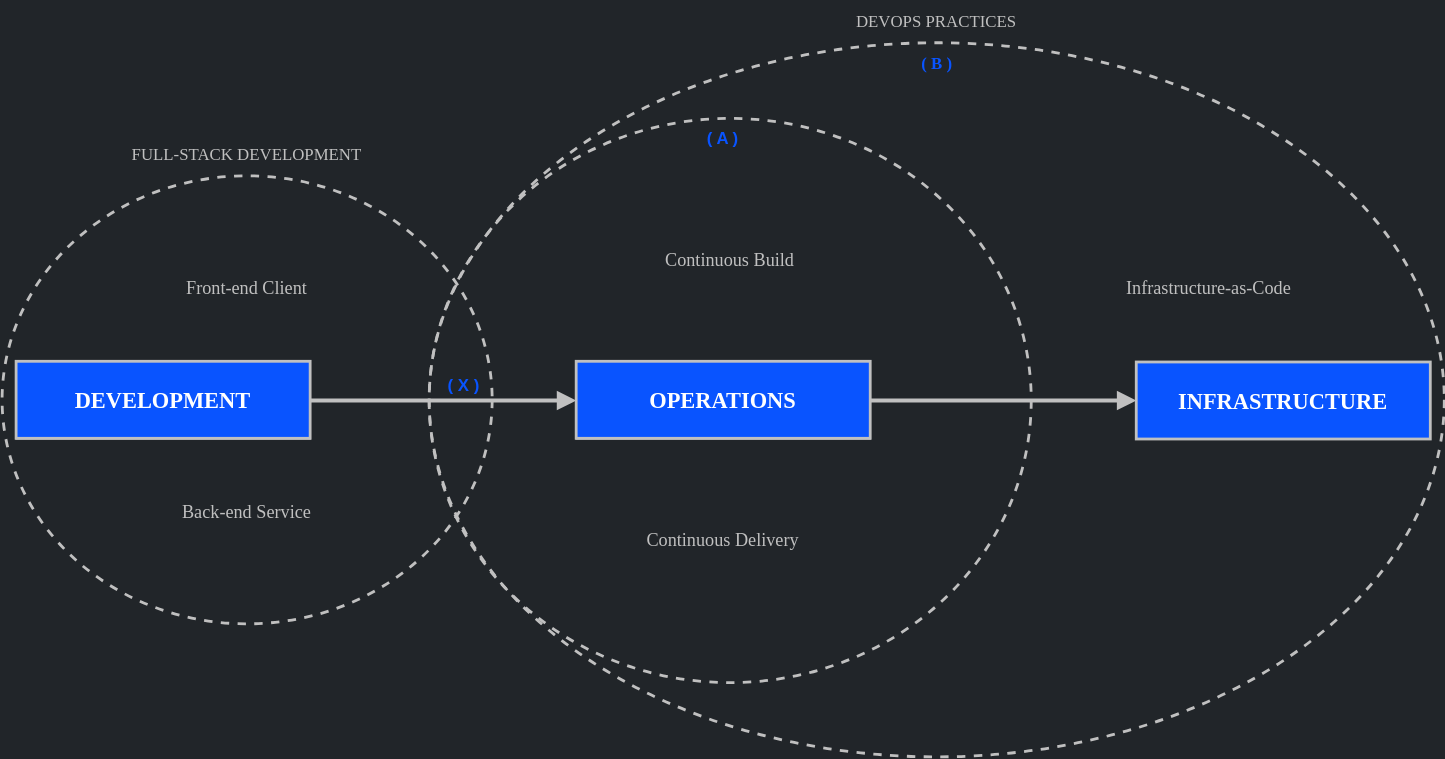
This is src/assets/svg/learning-overview.drawio.svg from fdtechdotnet/fdtechdotnet-static-website, a draw.io export, as it was before one commit. Source tidied: cells renumbered, new cells last; positions are measured from the earlier drawing's top-left corner, leaving out a move shared by most shapes. The source it was exported from:
```xml
<mxGraphModel background="#212529">
  <root>
    <mxCell id="0" />
    <mxCell id="1" parent="0" />
    <mxCell id="2" style="ellipse;whiteSpace=wrap;html=1;fillColor=none;dashed=1;fontColor=#c0c0c0;strokeColor=#C0C0C0;strokeWidth=2;" parent="1" vertex="1">
      <mxGeometry x="305" y="30" width="725" height="510" as="geometry" />
    </mxCell>
    <mxCell id="3" style="ellipse;whiteSpace=wrap;html=1;fillColor=none;dashed=1;fontColor=#c0c0c0;strokeColor=#C0C0C0;strokeWidth=2;" parent="1" vertex="1">
      <mxGeometry x="305" y="84" width="430" height="403" as="geometry" />
    </mxCell>
    <mxCell id="4" style="ellipse;whiteSpace=wrap;html=1;fillColor=none;dashed=1;strokeColor=#C0C0C0;strokeWidth=2;" parent="1" vertex="1">
      <mxGeometry y="125" width="350" height="320" as="geometry" />
    </mxCell>
    <mxCell id="5" style="edgeStyle=orthogonalEdgeStyle;rounded=0;jettySize=auto;html=1;exitX=1;exitY=0.5;exitDx=0;exitDy=0;entryX=0;entryY=0.5;entryDx=0;entryDy=0;fontColor=#c0c0c0;strokeColor=#C0C0C0;strokeWidth=3;endArrow=block;endFill=1;" parent="1" edge="1" source="6" target="8">
      <mxGeometry relative="1" as="geometry" />
    </mxCell>
    <mxCell id="6" value="&lt;b&gt;DEVELOPMENT&lt;/b&gt;" style="rounded=0;whiteSpace=wrap;html=1;fontColor=#FFFFFF;strokeColor=#C0C0C0;fillColor=#0954FF;" parent="1" vertex="1">
      <mxGeometry x="10" y="258" width="210" height="55" as="geometry" />
    </mxCell>
    <mxCell id="7" style="edgeStyle=orthogonalEdgeStyle;rounded=0;jettySize=auto;html=1;exitX=1;exitY=0.5;exitDx=0;exitDy=0;entryX=0;entryY=0.5;entryDx=0;entryDy=0;fontColor=#c0c0c0;strokeColor=#C0C0C0;strokeWidth=3;endArrow=block;endFill=1;" parent="1" edge="1" source="8" target="10">
      <mxGeometry relative="1" as="geometry" />
    </mxCell>
    <mxCell id="8" value="&lt;b&gt;OPERATIONS&lt;/b&gt;" style="rounded=0;whiteSpace=wrap;html=1;fontColor=#FFFFFF;strokeColor=#C0C0C0;fillColor=#0954FF;" parent="1" vertex="1">
      <mxGeometry x="410" y="258" width="210" height="55" as="geometry" />
    </mxCell>
    <mxCell id="9" value="FULL-STACK DEVELOPMENT" style="text;html=1;strokeColor=none;fillColor=none;align=center;verticalAlign=middle;whiteSpace=wrap;rounded=0;fontColor=#c0c0c0;fontFamily=Montserrat;fontSource=https%3A%2F%2Ffonts.googleapis.com%2Fcss%3Ffamily%3DMontserrat;" parent="1" vertex="1">
      <mxGeometry x="45" y="95" width="260" height="30" as="geometry" />
    </mxCell>
    <mxCell id="10" value="&lt;b style=&quot;font-size: 16px;&quot;&gt;INFRASTRUCTURE&lt;/b&gt;" style="rounded=0;whiteSpace=wrap;html=1;fontColor=#FFFFFF;strokeColor=#C0C0C0;fillColor=#0954FF;fontFamily=Saira;fontSource=https%3A%2F%2Ffonts.googleapis.com%2Fcss%3Ffamily%3DSaira;fontSize=16;strokeWidth=2;" parent="1" vertex="1">
      <mxGeometry x="810" y="258" width="210" height="55" as="geometry" />
    </mxCell>
    <mxCell id="11" value="DEVOPS PRACTICES" style="text;html=1;strokeColor=none;fillColor=none;align=center;verticalAlign=middle;whiteSpace=wrap;rounded=0;fontColor=#c0c0c0;fontFamily=Montserrat;fontSource=https%3A%2F%2Ffonts.googleapis.com%2Fcss%3Ffamily%3DMontserrat;" parent="1" vertex="1">
      <mxGeometry x="600" width="135" height="30" as="geometry" />
    </mxCell>
    <mxCell id="12" value="( B )" style="text;strokeColor=none;fillColor=none;align=center;verticalAlign=middle;rounded=0;fontColor=#0954FF;whiteSpace=wrap;fontStyle=1;fontFamily=Montserrat;fontSource=https%3A%2F%2Ffonts.googleapis.com%2Fcss%3Ffamily%3DMontserrat;fontSize=12;" parent="1" vertex="1">
      <mxGeometry x="632.5" y="30" width="70" height="30" as="geometry" />
    </mxCell>
    <mxCell id="13" value="( A )" style="text;html=1;strokeColor=none;fillColor=none;align=center;verticalAlign=middle;whiteSpace=wrap;rounded=0;fontColor=#0954FF;fontStyle=1;fontSize=12;" parent="1" vertex="1">
      <mxGeometry x="475" y="84" width="80" height="30" as="geometry" />
    </mxCell>
    <mxCell id="14" value="Front-end Client" style="text;html=1;strokeColor=none;fillColor=none;align=center;verticalAlign=middle;whiteSpace=wrap;rounded=0;fontColor=#c0c0c0;fontFamily=Montserrat;fontSource=https%3A%2F%2Ffonts.googleapis.com%2Fcss%3Ffamily%3DMontserrat;fontSize=13;" parent="1" vertex="1">
      <mxGeometry x="70" y="190" width="210" height="30" as="geometry" />
    </mxCell>
    <mxCell id="15" value="Back-end Service" style="text;html=1;strokeColor=none;fillColor=none;align=center;verticalAlign=middle;whiteSpace=wrap;rounded=0;fontColor=#c0c0c0;fontFamily=Montserrat;fontSource=https%3A%2F%2Ffonts.googleapis.com%2Fcss%3Ffamily%3DMontserrat;fontSize=13;" parent="1" vertex="1">
      <mxGeometry x="70" y="350" width="210" height="30" as="geometry" />
    </mxCell>
    <mxCell id="16" value="Continuous Build" style="text;html=1;strokeColor=none;fillColor=none;align=center;verticalAlign=middle;whiteSpace=wrap;rounded=0;fontColor=#c0c0c0;fontFamily=Montserrat;fontSource=https%3A%2F%2Ffonts.googleapis.com%2Fcss%3Ffamily%3DMontserrat;fontSize=13;" parent="1" vertex="1">
      <mxGeometry x="415" y="170" width="210" height="30" as="geometry" />
    </mxCell>
    <mxCell id="17" value="Continuous Delivery" style="text;html=1;strokeColor=none;fillColor=none;align=center;verticalAlign=middle;whiteSpace=wrap;rounded=0;fontColor=#c0c0c0;fontFamily=Montserrat;fontSource=https%3A%2F%2Ffonts.googleapis.com%2Fcss%3Ffamily%3DMontserrat;fontSize=13;" parent="1" vertex="1">
      <mxGeometry x="410" y="370" width="210" height="30" as="geometry" />
    </mxCell>
    <mxCell id="18" value="Infrastructure-as-Code" style="text;html=1;strokeColor=none;fillColor=none;align=center;verticalAlign=middle;whiteSpace=wrap;rounded=0;fontColor=#c0c0c0;fontFamily=Montserrat;fontSource=https%3A%2F%2Ffonts.googleapis.com%2Fcss%3Ffamily%3DMontserrat;fontSize=13;" parent="1" vertex="1">
      <mxGeometry x="757" y="190" width="210" height="30" as="geometry" />
    </mxCell>
    <mxCell id="19" value="( X )" style="text;html=1;strokeColor=none;fillColor=none;align=center;verticalAlign=middle;whiteSpace=wrap;rounded=0;fontColor=#0954FF;fontStyle=1;fontSize=12;" parent="1" vertex="1">
      <mxGeometry x="290" y="260" width="80" height="30" as="geometry" />
    </mxCell>
    <mxCell id="20" value="&lt;b style=&quot;font-size: 16px;&quot;&gt;DEVELOPMENT&lt;/b&gt;" style="rounded=0;whiteSpace=wrap;html=1;fontColor=#FFFFFF;strokeColor=#C0C0C0;fillColor=#0954FF;fontFamily=Saira;fontSource=https%3A%2F%2Ffonts.googleapis.com%2Fcss%3Ffamily%3DSaira;fontSize=16;strokeWidth=2;" parent="1" vertex="1">
      <mxGeometry x="10" y="257.5" width="210" height="55" as="geometry" />
    </mxCell>
    <mxCell id="21" value="&lt;b style=&quot;font-size: 16px;&quot;&gt;OPERATIONS&lt;/b&gt;" style="rounded=0;whiteSpace=wrap;html=1;fontColor=#FFFFFF;strokeColor=#C0C0C0;fillColor=#0954FF;fontFamily=Saira;fontSource=https%3A%2F%2Ffonts.googleapis.com%2Fcss%3Ffamily%3DSaira;fontSize=16;strokeWidth=2;" parent="1" vertex="1">
      <mxGeometry x="410" y="257.5" width="210" height="55" as="geometry" />
    </mxCell>
  </root>
</mxGraphModel>
```
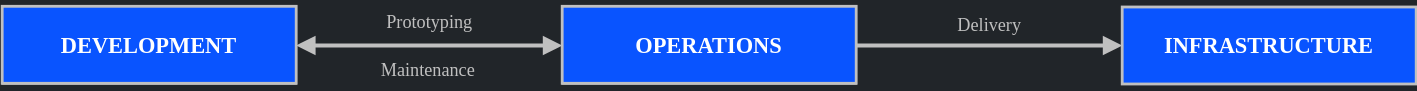
Later version of the same file.

The edit, as a diff of the source:
```diff
@@ -2,16 +2,7 @@
   <root>
     <mxCell id="0" />
     <mxCell id="1" parent="0" />
-    <mxCell id="2" style="ellipse;whiteSpace=wrap;html=1;fillColor=none;dashed=1;fontColor=#c0c0c0;strokeColor=#C0C0C0;strokeWidth=2;" parent="1" vertex="1">
-      <mxGeometry x="305" y="30" width="725" height="510" as="geometry" />
-    </mxCell>
-    <mxCell id="3" style="ellipse;whiteSpace=wrap;html=1;fillColor=none;dashed=1;fontColor=#c0c0c0;strokeColor=#C0C0C0;strokeWidth=2;" parent="1" vertex="1">
-      <mxGeometry x="305" y="84" width="430" height="403" as="geometry" />
-    </mxCell>
-    <mxCell id="4" style="ellipse;whiteSpace=wrap;html=1;fillColor=none;dashed=1;strokeColor=#C0C0C0;strokeWidth=2;" parent="1" vertex="1">
-      <mxGeometry y="125" width="350" height="320" as="geometry" />
-    </mxCell>
-    <mxCell id="5" style="edgeStyle=orthogonalEdgeStyle;rounded=0;jettySize=auto;html=1;exitX=1;exitY=0.5;exitDx=0;exitDy=0;entryX=0;entryY=0.5;entryDx=0;entryDy=0;fontColor=#c0c0c0;strokeColor=#C0C0C0;strokeWidth=3;endArrow=block;endFill=1;" parent="1" edge="1" source="6" target="8">
+    <mxCell id="5" style="edgeStyle=orthogonalEdgeStyle;rounded=0;jettySize=auto;html=1;exitX=1;exitY=0.5;exitDx=0;exitDy=0;entryX=0;entryY=0.5;entryDx=0;entryDy=0;fontColor=#c0c0c0;strokeColor=#C0C0C0;strokeWidth=3;endArrow=block;endFill=1;startArrow=block;startFill=1;" parent="1" edge="1" source="6" target="8">
       <mxGeometry relative="1" as="geometry" />
     </mxCell>
     <mxCell id="6" value="&lt;b&gt;DEVELOPMENT&lt;/b&gt;" style="rounded=0;whiteSpace=wrap;html=1;fontColor=#FFFFFF;strokeColor=#C0C0C0;fillColor=#0954FF;" parent="1" vertex="1">
@@ -23,44 +14,23 @@
     <mxCell id="8" value="&lt;b&gt;OPERATIONS&lt;/b&gt;" style="rounded=0;whiteSpace=wrap;html=1;fontColor=#FFFFFF;strokeColor=#C0C0C0;fillColor=#0954FF;" parent="1" vertex="1">
       <mxGeometry x="410" y="258" width="210" height="55" as="geometry" />
     </mxCell>
-    <mxCell id="9" value="FULL-STACK DEVELOPMENT" style="text;html=1;strokeColor=none;fillColor=none;align=center;verticalAlign=middle;whiteSpace=wrap;rounded=0;fontColor=#c0c0c0;fontFamily=Montserrat;fontSource=https%3A%2F%2Ffonts.googleapis.com%2Fcss%3Ffamily%3DMontserrat;" parent="1" vertex="1">
-      <mxGeometry x="45" y="95" width="260" height="30" as="geometry" />
-    </mxCell>
     <mxCell id="10" value="&lt;b style=&quot;font-size: 16px;&quot;&gt;INFRASTRUCTURE&lt;/b&gt;" style="rounded=0;whiteSpace=wrap;html=1;fontColor=#FFFFFF;strokeColor=#C0C0C0;fillColor=#0954FF;fontFamily=Saira;fontSource=https%3A%2F%2Ffonts.googleapis.com%2Fcss%3Ffamily%3DSaira;fontSize=16;strokeWidth=2;" parent="1" vertex="1">
       <mxGeometry x="810" y="258" width="210" height="55" as="geometry" />
     </mxCell>
-    <mxCell id="11" value="DEVOPS PRACTICES" style="text;html=1;strokeColor=none;fillColor=none;align=center;verticalAlign=middle;whiteSpace=wrap;rounded=0;fontColor=#c0c0c0;fontFamily=Montserrat;fontSource=https%3A%2F%2Ffonts.googleapis.com%2Fcss%3Ffamily%3DMontserrat;" parent="1" vertex="1">
-      <mxGeometry x="600" width="135" height="30" as="geometry" />
-    </mxCell>
-    <mxCell id="12" value="( B )" style="text;strokeColor=none;fillColor=none;align=center;verticalAlign=middle;rounded=0;fontColor=#0954FF;whiteSpace=wrap;fontStyle=1;fontFamily=Montserrat;fontSource=https%3A%2F%2Ffonts.googleapis.com%2Fcss%3Ffamily%3DMontserrat;fontSize=12;" parent="1" vertex="1">
-      <mxGeometry x="632.5" y="30" width="70" height="30" as="geometry" />
-    </mxCell>
-    <mxCell id="13" value="( A )" style="text;html=1;strokeColor=none;fillColor=none;align=center;verticalAlign=middle;whiteSpace=wrap;rounded=0;fontColor=#0954FF;fontStyle=1;fontSize=12;" parent="1" vertex="1">
-      <mxGeometry x="475" y="84" width="80" height="30" as="geometry" />
-    </mxCell>
-    <mxCell id="14" value="Front-end Client" style="text;html=1;strokeColor=none;fillColor=none;align=center;verticalAlign=middle;whiteSpace=wrap;rounded=0;fontColor=#c0c0c0;fontFamily=Montserrat;fontSource=https%3A%2F%2Ffonts.googleapis.com%2Fcss%3Ffamily%3DMontserrat;fontSize=13;" parent="1" vertex="1">
-      <mxGeometry x="70" y="190" width="210" height="30" as="geometry" />
-    </mxCell>
-    <mxCell id="15" value="Back-end Service" style="text;html=1;strokeColor=none;fillColor=none;align=center;verticalAlign=middle;whiteSpace=wrap;rounded=0;fontColor=#c0c0c0;fontFamily=Montserrat;fontSource=https%3A%2F%2Ffonts.googleapis.com%2Fcss%3Ffamily%3DMontserrat;fontSize=13;" parent="1" vertex="1">
-      <mxGeometry x="70" y="350" width="210" height="30" as="geometry" />
-    </mxCell>
-    <mxCell id="16" value="Continuous Build" style="text;html=1;strokeColor=none;fillColor=none;align=center;verticalAlign=middle;whiteSpace=wrap;rounded=0;fontColor=#c0c0c0;fontFamily=Montserrat;fontSource=https%3A%2F%2Ffonts.googleapis.com%2Fcss%3Ffamily%3DMontserrat;fontSize=13;" parent="1" vertex="1">
-      <mxGeometry x="415" y="170" width="210" height="30" as="geometry" />
-    </mxCell>
-    <mxCell id="17" value="Continuous Delivery" style="text;html=1;strokeColor=none;fillColor=none;align=center;verticalAlign=middle;whiteSpace=wrap;rounded=0;fontColor=#c0c0c0;fontFamily=Montserrat;fontSource=https%3A%2F%2Ffonts.googleapis.com%2Fcss%3Ffamily%3DMontserrat;fontSize=13;" parent="1" vertex="1">
-      <mxGeometry x="410" y="370" width="210" height="30" as="geometry" />
-    </mxCell>
-    <mxCell id="18" value="Infrastructure-as-Code" style="text;html=1;strokeColor=none;fillColor=none;align=center;verticalAlign=middle;whiteSpace=wrap;rounded=0;fontColor=#c0c0c0;fontFamily=Montserrat;fontSource=https%3A%2F%2Ffonts.googleapis.com%2Fcss%3Ffamily%3DMontserrat;fontSize=13;" parent="1" vertex="1">
-      <mxGeometry x="757" y="190" width="210" height="30" as="geometry" />
-    </mxCell>
-    <mxCell id="19" value="( X )" style="text;html=1;strokeColor=none;fillColor=none;align=center;verticalAlign=middle;whiteSpace=wrap;rounded=0;fontColor=#0954FF;fontStyle=1;fontSize=12;" parent="1" vertex="1">
-      <mxGeometry x="290" y="260" width="80" height="30" as="geometry" />
-    </mxCell>
     <mxCell id="20" value="&lt;b style=&quot;font-size: 16px;&quot;&gt;DEVELOPMENT&lt;/b&gt;" style="rounded=0;whiteSpace=wrap;html=1;fontColor=#FFFFFF;strokeColor=#C0C0C0;fillColor=#0954FF;fontFamily=Saira;fontSource=https%3A%2F%2Ffonts.googleapis.com%2Fcss%3Ffamily%3DSaira;fontSize=16;strokeWidth=2;" parent="1" vertex="1">
       <mxGeometry x="10" y="257.5" width="210" height="55" as="geometry" />
     </mxCell>
     <mxCell id="21" value="&lt;b style=&quot;font-size: 16px;&quot;&gt;OPERATIONS&lt;/b&gt;" style="rounded=0;whiteSpace=wrap;html=1;fontColor=#FFFFFF;strokeColor=#C0C0C0;fillColor=#0954FF;fontFamily=Saira;fontSource=https%3A%2F%2Ffonts.googleapis.com%2Fcss%3Ffamily%3DSaira;fontSize=16;strokeWidth=2;" parent="1" vertex="1">
       <mxGeometry x="410" y="257.5" width="210" height="55" as="geometry" />
     </mxCell>
+    <mxCell id="22" value="Prototyping" style="text;html=1;strokeColor=none;fillColor=none;align=center;verticalAlign=middle;whiteSpace=wrap;rounded=0;fontColor=#c0c0c0;fontFamily=Montserrat;fontSource=https%3A%2F%2Ffonts.googleapis.com%2Fcss%3Ffamily%3DMontserrat;fontSize=13;" parent="1" vertex="1">
+      <mxGeometry x="220" y="253.5" width="191" height="30" as="geometry" />
+    </mxCell>
+    <mxCell id="23" value="Delivery" style="text;html=1;strokeColor=none;fillColor=none;align=center;verticalAlign=middle;whiteSpace=wrap;rounded=0;fontColor=#c0c0c0;fontFamily=Montserrat;fontSource=https%3A%2F%2Ffonts.googleapis.com%2Fcss%3Ffamily%3DMontserrat;fontSize=13;" parent="1" vertex="1">
+      <mxGeometry x="620" y="255.5" width="191" height="30" as="geometry" />
+    </mxCell>
+    <mxCell id="24" value="Maintenance" style="text;html=1;strokeColor=none;fillColor=none;align=center;verticalAlign=middle;whiteSpace=wrap;rounded=0;fontColor=#c0c0c0;fontFamily=Montserrat;fontSource=https%3A%2F%2Ffonts.googleapis.com%2Fcss%3Ffamily%3DMontserrat;fontSize=13;" parent="1" vertex="1">
+      <mxGeometry x="219" y="287.5" width="191" height="30" as="geometry" />
+    </mxCell>
   </root>
 </mxGraphModel>
```
